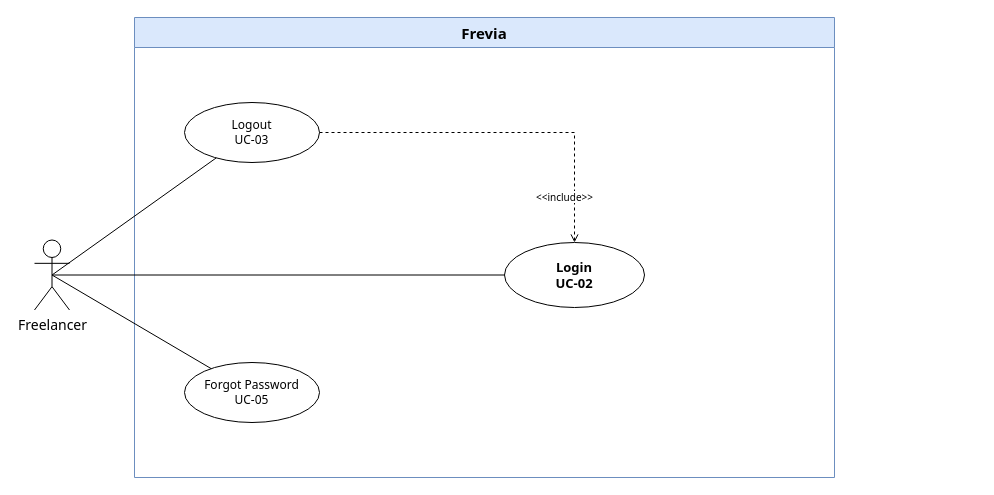
The draw.io diagram page "Freelancer 1/7" (1 of 7) of uc-diagrams/Freelancer.drawio in Thunggg/Frevia, before the edit. Source tidied: cells renumbered, new cells numbered last; positions are measured from the earlier drawing's top-left corner, leaving out a move shared by most shapes. Both pictures are drawn from the tidied source at 100%, with x=0, y=0 at pixel (34, 17).
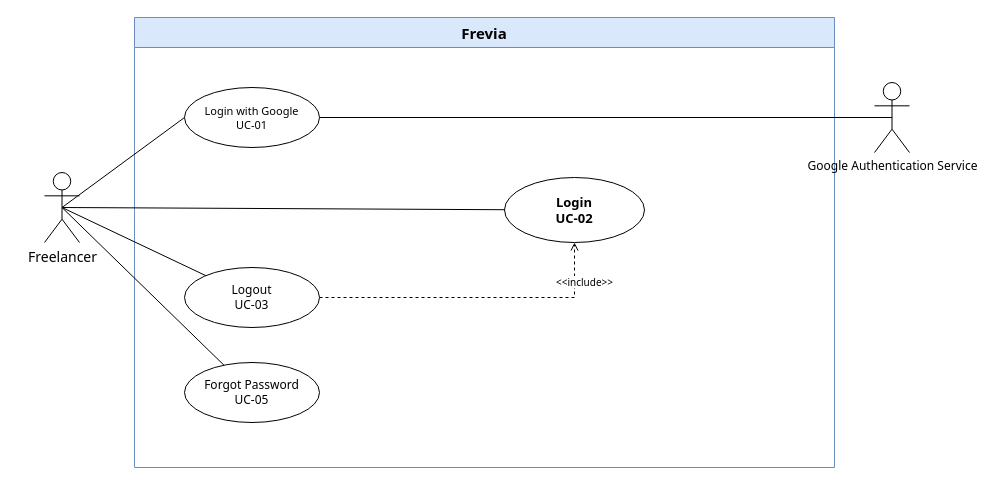
The same diagram, later.

Change to the diagram source:
```diff
@@
 <mxGraphModel>
   <root>
     <mxCell id="0" />
     <mxCell id="1" parent="0" />
     <mxCell id="2" value="Frevia" style="swimlane;whiteSpace=wrap;html=1;startSize=30;fontSize=15;fontFamily=Tahoma;fontStyle=1;fillColor=#dae8fc;strokeColor=#6c8ebf;" parent="1" vertex="1">
-      <mxGeometry x="100" width="700" height="460" as="geometry" />
+      <mxGeometry x="100" width="700" height="450" as="geometry" />
     </mxCell>
     <mxCell id="3" value="Logout&#10;UC-03" style="ellipse;whiteSpace=wrap;html=1;fontSize=12;fontFamily=Tahoma;fontStyle=0;fillColor=#ffffff;strokeColor=#000000;" parent="2" vertex="1">
-      <mxGeometry x="50" y="85" width="135" height="60" as="geometry" />
+      <mxGeometry x="50" y="250" width="135" height="60" as="geometry" />
     </mxCell>
     <mxCell id="4" value="Login&#10;UC-02" style="ellipse;whiteSpace=wrap;html=1;fontSize=13;fontFamily=Tahoma;fontStyle=1;fillColor=#ffffff;strokeColor=#000000;" parent="2" vertex="1">
-      <mxGeometry x="370" y="225" width="140" height="65" as="geometry" />
+      <mxGeometry x="370" y="160" width="140" height="65" as="geometry" />
     </mxCell>
     <mxCell id="5" value="Forgot Password&#10;UC-05" style="ellipse;whiteSpace=wrap;html=1;fontSize=12;fontFamily=Tahoma;fontStyle=0;fillColor=#ffffff;strokeColor=#000000;" parent="2" vertex="1">
       <mxGeometry x="50" y="345" width="135" height="60" as="geometry" />
     </mxCell>
+    <mxCell id="11" value="Login with Google&#10;UC-01" style="ellipse;whiteSpace=wrap;html=1;fontSize=11;fontFamily=Tahoma;fontStyle=0;fillColor=#ffffff;strokeColor=#000000;" parent="2" vertex="1">
+      <mxGeometry x="50" y="70" width="135" height="60" as="geometry" />
+    </mxCell>
     <mxCell id="6" value="Freelancer" style="shape=umlActor;verticalLabelPosition=bottom;verticalAlign=top;html=1;outlineConnect=0;fontSize=14;fontFamily=Tahoma;" parent="1" vertex="1">
-      <mxGeometry y="222.5" width="35" height="70" as="geometry" />
+      <mxGeometry x="10" y="155" width="35" height="70" as="geometry" />
     </mxCell>
     <mxCell id="7" style="endArrow=none;html=1;rounded=0;fontFamily=Tahoma;fontSize=13;exitX=0.5;exitY=0.5;exitDx=0;exitDy=0;exitPerimeter=0;" parent="1" edge="1" source="6" target="3">
       <mxGeometry relative="1" as="geometry" />
     </mxCell>
     <mxCell id="8" style="endArrow=none;html=1;rounded=0;fontFamily=Tahoma;fontSize=13;exitX=0.5;exitY=0.5;exitDx=0;exitDy=0;exitPerimeter=0;" parent="1" edge="1" source="6" target="4">
       <mxGeometry relative="1" as="geometry" />
     </mxCell>
     <mxCell id="9" value="&amp;lt;&amp;lt;include&amp;gt;&amp;gt;" style="edgeStyle=orthogonalEdgeStyle;rounded=0;endArrow=open;dashed=1;html=1;strokeColor=#000000;fontSize=10;fontFamily=Tahoma;labelBackgroundColor=#ffffff;align=center;verticalAlign=middle;" parent="1" edge="1" source="3" target="4">
       <mxGeometry x="0.75" y="-10" relative="1" as="geometry" />
     </mxCell>
     <mxCell id="10" style="endArrow=none;html=1;rounded=0;fontFamily=Tahoma;fontSize=13;exitX=0.5;exitY=0.5;exitDx=0;exitDy=0;exitPerimeter=0;" parent="1" edge="1" source="6" target="5">
       <mxGeometry relative="1" as="geometry" />
     </mxCell>
+    <mxCell id="12" value="Google Authentication Service" style="shape=umlActor;verticalLabelPosition=bottom;verticalAlign=top;html=1;outlineConnect=0;fontSize=12;fontFamily=Tahoma;" parent="1" vertex="1">
+      <mxGeometry x="840" y="65" width="35" height="70" as="geometry" />
+    </mxCell>
+    <mxCell id="13" style="endArrow=none;html=1;rounded=0;fontFamily=Tahoma;fontSize=13;exitX=0.5;exitY=0.5;exitDx=0;exitDy=0;exitPerimeter=0;entryX=0;entryY=0.5;entryDx=0;entryDy=0;" parent="1" edge="1" source="6" target="11">
+      <mxGeometry relative="1" as="geometry" />
+    </mxCell>
+    <mxCell id="14" style="endArrow=none;html=1;rounded=0;fontFamily=Tahoma;fontSize=13;entryX=0.5;entryY=0.5;entryDx=0;entryDy=0;entryPerimeter=0;" parent="1" edge="1" source="11" target="12">
+      <mxGeometry relative="1" as="geometry" />
+    </mxCell>
   </root>
 </mxGraphModel>
```
